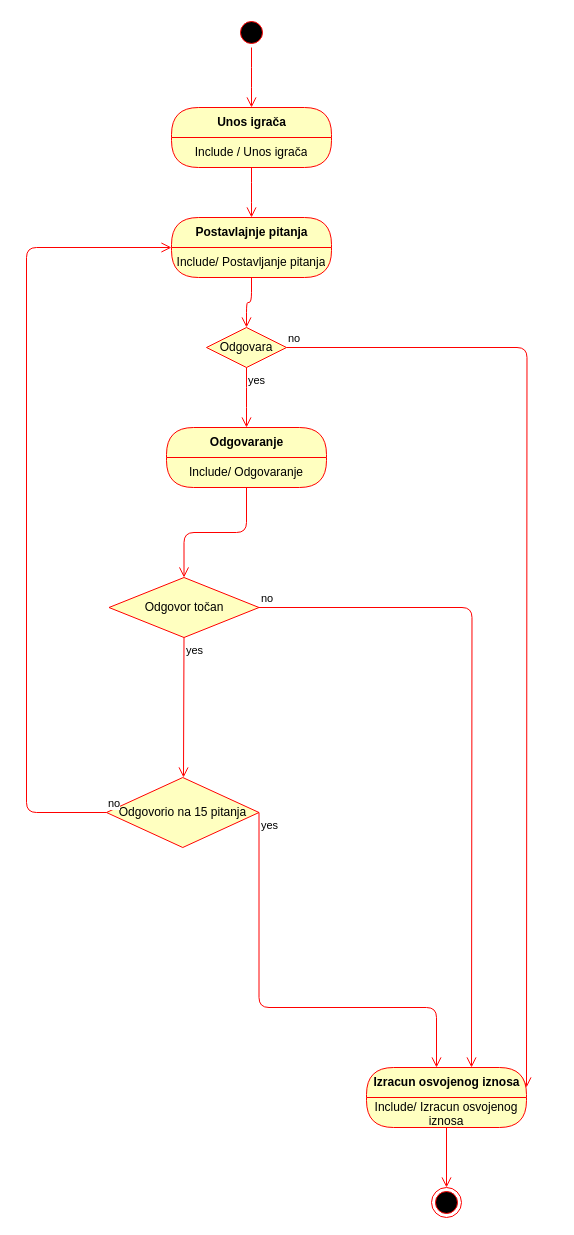
Before: page "Dijagram aktivnosti s podaktivnostima" (3 of 8) of Untitled Diagram.drawio in Jasna-12345/Milijunas, a draw.io diagram. Source tidied: cells renumbered, new cells numbered last; positions are measured from the earlier drawing's top-left corner, leaving out a move shared by most shapes. Both pictures are drawn from the tidied source at 100%, with x=0, y=0 at pixel (26, 17).
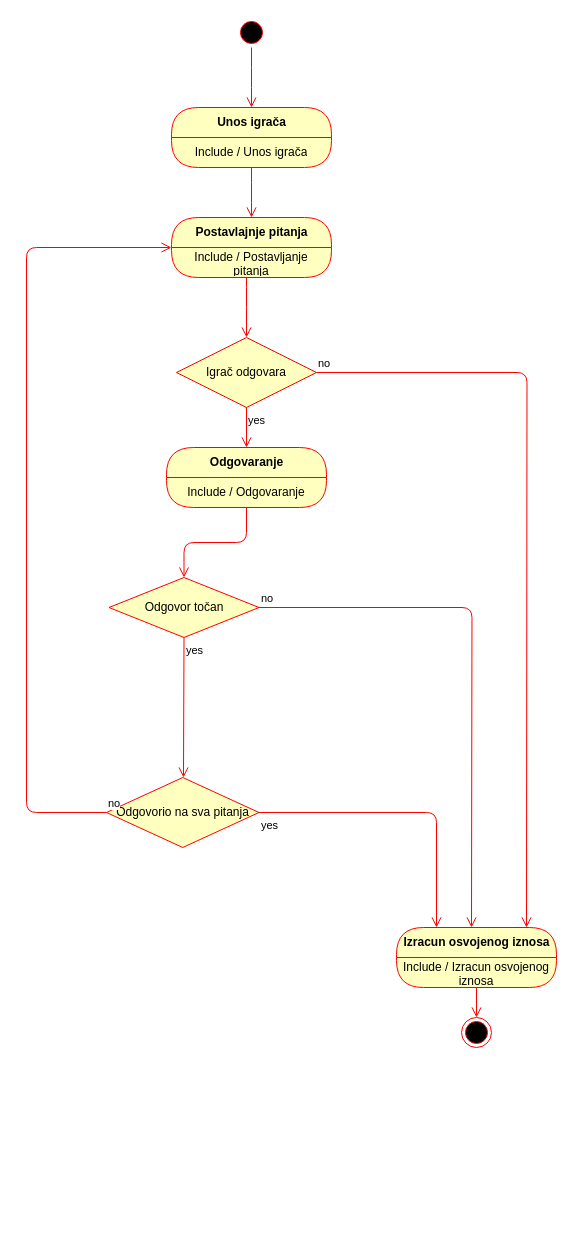
After the change.

Unchanged cells that the change refers to:
```xml
<mxCell id="7" value="Postavlajnje pitanja" style="swimlane;html=1;fontStyle=1;align=center;verticalAlign=middle;horizontal=1;startSize=30;fontColor=#000000;rounded=1;arcSize=30;strokeColor=#ff0000;fillColor=#ffffc0;swimlaneFillColor=#ffffc0;" parent="1" vertex="1">
  <mxGeometry x="145" y="200" width="160" height="60" as="geometry" />
</mxCell>
<mxCell id="16" value="Odgovor točan" style="rhombus;whiteSpace=wrap;html=1;fillColor=#ffffc0;strokeColor=#ff0000;" parent="1" vertex="1">
  <mxGeometry x="82.5" y="560" width="150" height="60" as="geometry" />
</mxCell>
```

Diff of the diagram source:
```diff
@@
-    <mxCell id="8" value="Include/ Postavljanje pitanja" style="text;html=1;strokeColor=none;fillColor=none;align=center;verticalAlign=middle;spacingLeft=4;spacingRight=4;whiteSpace=wrap;overflow=hidden;fontColor=#000000;" parent="7" vertex="1">
+    <mxCell id="8" value="Include / Postavljanje pitanja" style="text;html=1;strokeColor=none;fillColor=none;align=center;verticalAlign=middle;spacingLeft=4;spacingRight=4;whiteSpace=wrap;overflow=hidden;fontColor=#000000;" parent="7" vertex="1">
       <mxGeometry y="30" width="160" height="30" as="geometry" />
     </mxCell>
     <mxCell id="9" style="edgeStyle=orthogonalEdgeStyle;html=1;verticalAlign=bottom;endArrow=open;endSize=8;strokeColor=#ff0000;entryX=0.5;entryY=0;entryDx=0;entryDy=0;" parent="1" edge="1" source="7" target="10">
-      <mxGeometry relative="1" as="geometry" />
+      <mxGeometry relative="1" as="geometry">
+        <Array as="points">
+          <mxPoint x="220" y="280" />
+          <mxPoint x="220" y="280" />
+        </Array>
+      </mxGeometry>
     </mxCell>
-    <mxCell id="10" value="Odgovara" style="rhombus;whiteSpace=wrap;html=1;fillColor=#ffffc0;strokeColor=#ff0000;" parent="1" vertex="1">
-      <mxGeometry x="180" y="310" width="80" height="40" as="geometry" />
+    <mxCell id="10" value="Igrač odgovara" style="rhombus;whiteSpace=wrap;html=1;fillColor=#ffffc0;strokeColor=#ff0000;" parent="1" vertex="1">
+      <mxGeometry x="150" y="320" width="140" height="70" as="geometry" />
     </mxCell>
-    <mxCell id="11" value="no" style="edgeStyle=orthogonalEdgeStyle;html=1;align=left;verticalAlign=bottom;endArrow=open;endSize=8;strokeColor=#ff0000;entryX=1;entryY=0.5;entryDx=0;entryDy=0;" parent="1" edge="1" source="10">
+    <mxCell id="11" value="no" style="edgeStyle=orthogonalEdgeStyle;html=1;align=left;verticalAlign=bottom;endArrow=open;endSize=8;strokeColor=#ff0000;" parent="1" edge="1" source="10">
       <mxGeometry x="-1" relative="1" as="geometry">
-        <mxPoint x="500" y="1070" as="targetPoint" />
+        <mxPoint x="500" y="910" as="targetPoint" />
       </mxGeometry>
     </mxCell>
-    <mxCell id="12" value="yes" style="edgeStyle=orthogonalEdgeStyle;html=1;align=left;verticalAlign=top;endArrow=open;endSize=8;strokeColor=#ff0000;" parent="1" edge="1" source="10">
-      <mxGeometry x="-1" relative="1" as="geometry">
-        <mxPoint x="220" y="410" as="targetPoint" />
-      </mxGeometry>
+    <mxCell id="12" value="yes" style="edgeStyle=orthogonalEdgeStyle;html=1;align=left;verticalAlign=top;endArrow=open;endSize=8;strokeColor=#ff0000;entryX=0.5;entryY=0;entryDx=0;entryDy=0;" parent="1" edge="1" source="10" target="13">
+      <mxGeometry x="-1" relative="1" as="geometry" />
     </mxCell>
     <mxCell id="13" value="Odgovaranje" style="swimlane;html=1;fontStyle=1;align=center;verticalAlign=middle;horizontal=1;startSize=30;fontColor=#000000;rounded=1;arcSize=30;strokeColor=#ff0000;fillColor=#ffffc0;swimlaneFillColor=#ffffc0;" parent="1" vertex="1">
-      <mxGeometry x="140" y="410" width="160" height="60" as="geometry" />
+      <mxGeometry x="140" y="430" width="160" height="60" as="geometry" />
     </mxCell>
-    <mxCell id="14" value="Include/ Odgovaranje" style="text;html=1;strokeColor=none;fillColor=none;align=center;verticalAlign=middle;spacingLeft=4;spacingRight=4;whiteSpace=wrap;overflow=hidden;fontColor=#000000;" parent="13" vertex="1">
+    <mxCell id="14" value="Include / Odgovaranje" style="text;html=1;strokeColor=none;fillColor=none;align=center;verticalAlign=middle;spacingLeft=4;spacingRight=4;whiteSpace=wrap;overflow=hidden;fontColor=#000000;" parent="13" vertex="1">
       <mxGeometry y="30" width="160" height="30" as="geometry" />
     </mxCell>
@@
-    <mxCell id="17" value="no" style="edgeStyle=orthogonalEdgeStyle;html=1;align=left;verticalAlign=bottom;endArrow=open;endSize=8;strokeColor=#ff0000;entryX=0;entryY=0.75;entryDx=0;entryDy=0;exitX=1;exitY=0.5;exitDx=0;exitDy=0;" parent="1" edge="1" source="16">
+    <mxCell id="17" value="no" style="edgeStyle=orthogonalEdgeStyle;html=1;align=left;verticalAlign=bottom;endArrow=open;endSize=8;strokeColor=#ff0000;exitX=1;exitY=0.5;exitDx=0;exitDy=0;" parent="1" edge="1" source="16">
       <mxGeometry x="-1" relative="1" as="geometry">
-        <mxPoint x="445" y="1050" as="targetPoint" />
+        <mxPoint x="445" y="910" as="targetPoint" />
       </mxGeometry>
     </mxCell>
@@
-    <mxCell id="19" value="Odgovorio na 15 pitanja" style="rhombus;whiteSpace=wrap;html=1;fillColor=#ffffc0;strokeColor=#ff0000;rotation=0;" parent="1" vertex="1">
+    <mxCell id="19" value="Odgovorio na sva pitanja" style="rhombus;whiteSpace=wrap;html=1;fillColor=#ffffc0;strokeColor=#ff0000;rotation=0;" parent="1" vertex="1">
       <mxGeometry x="80" y="760" width="152.5" height="70" as="geometry" />
     </mxCell>
     <mxCell id="20" style="ellipse;html=1;shape=endState;fillColor=#000000;strokeColor=#ff0000;" parent="1" vertex="1">
-      <mxGeometry x="405" y="1170" width="30" height="30" as="geometry" />
+      <mxGeometry x="435" y="1000" width="30" height="30" as="geometry" />
     </mxCell>
@@
-    <mxCell id="22" value="yes" style="edgeStyle=orthogonalEdgeStyle;html=1;align=left;verticalAlign=top;endArrow=open;endSize=8;strokeColor=#ff0000;entryX=0.25;entryY=0;entryDx=0;entryDy=0;exitX=1;exitY=0.5;exitDx=0;exitDy=0;" parent="1" edge="1" source="19">
+    <mxCell id="22" value="yes" style="edgeStyle=orthogonalEdgeStyle;html=1;align=left;verticalAlign=top;endArrow=open;endSize=8;strokeColor=#ff0000;exitX=1;exitY=0.5;exitDx=0;exitDy=0;" parent="1" edge="1" source="19">
       <mxGeometry x="-1" relative="1" as="geometry">
-        <mxPoint x="410" y="1050" as="targetPoint" />
+        <mxPoint x="410" y="910" as="targetPoint" />
         <Array as="points">
-          <mxPoint x="233" y="990" />
-          <mxPoint x="410" y="990" />
+          <mxPoint x="410" y="795" />
         </Array>
       </mxGeometry>
     </mxCell>
     <mxCell id="23" value="Izracun osvojenog iznosa" style="swimlane;html=1;fontStyle=1;align=center;verticalAlign=middle;horizontal=1;startSize=30;fontColor=#000000;rounded=1;arcSize=30;strokeColor=#ff0000;fillColor=#ffffc0;swimlaneFillColor=#ffffc0;" parent="1" vertex="1">
-      <mxGeometry x="340" y="1050" width="160" height="60" as="geometry" />
+      <mxGeometry x="370" y="910" width="160" height="60" as="geometry" />
     </mxCell>
-    <mxCell id="24" value="Include/ Izracun osvojenog iznosa" style="text;html=1;strokeColor=none;fillColor=none;align=center;verticalAlign=middle;spacingLeft=4;spacingRight=4;whiteSpace=wrap;overflow=hidden;fontColor=#000000;" parent="23" vertex="1">
+    <mxCell id="24" value="Include / Izracun osvojenog iznosa" style="text;html=1;strokeColor=none;fillColor=none;align=center;verticalAlign=middle;spacingLeft=4;spacingRight=4;whiteSpace=wrap;overflow=hidden;fontColor=#000000;" parent="23" vertex="1">
       <mxGeometry y="30" width="160" height="30" as="geometry" />
     </mxCell>
```
